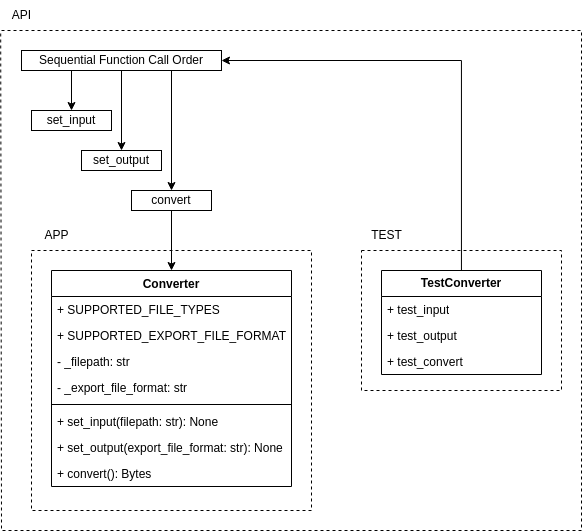
Before: _readme/Diagram-API_TEST.drawio.png, a diagram exported from draw.io (ames0k0/TP--Audio-File-Converter). Source tidied: cells renumbered, new cells last; positions are measured from the earlier drawing's top-left corner, leaving out a move shared by most shapes.
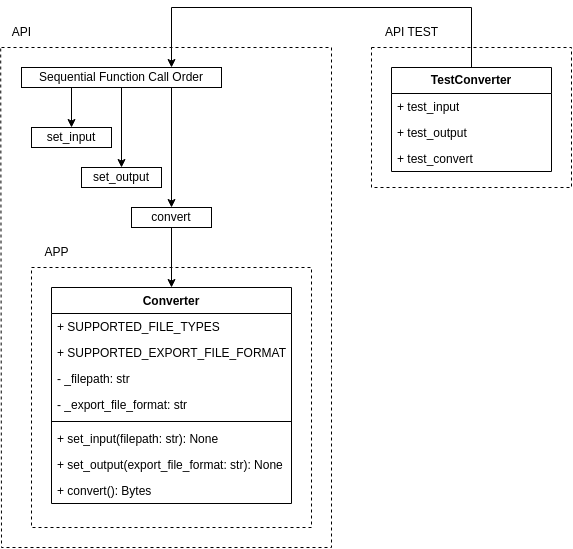
Later version of the same file.

What changed in the source:
```diff
@@ -6,9 +6,9 @@
       <mxGeometry relative="1" as="geometry">
         <mxPoint y="30" as="sourcePoint" />
         <Array as="points">
-          <mxPoint x="580" y="30" />
-          <mxPoint x="580" y="350" />
-          <mxPoint x="580" y="530" />
+          <mxPoint x="330" y="30" />
+          <mxPoint x="330" y="350" />
+          <mxPoint x="330" y="530" />
           <mxPoint x="280" y="530" />
           <mxPoint y="530" />
         </Array>
@@ -85,25 +85,26 @@
     </mxCell>
     <mxCell id="23" style="endArrow=none;dashed=1;html=1;rounded=0;" parent="1" edge="1">
       <mxGeometry relative="1" as="geometry">
-        <mxPoint x="360" y="250" as="sourcePoint" />
-        <mxPoint x="360" y="250" as="targetPoint" />
+        <mxPoint x="370" y="30" as="sourcePoint" />
+        <mxPoint x="370" y="30" as="targetPoint" />
         <Array as="points">
-          <mxPoint x="460" y="250" />
-          <mxPoint x="560" y="250" />
-          <mxPoint x="560" y="390" />
-          <mxPoint x="360" y="390" />
+          <mxPoint x="470" y="30" />
+          <mxPoint x="570" y="30" />
+          <mxPoint x="570" y="170" />
+          <mxPoint x="370" y="170" />
         </Array>
       </mxGeometry>
     </mxCell>
-    <mxCell id="24" style="edgeStyle=orthogonalEdgeStyle;rounded=0;jettySize=auto;html=1;" parent="1" edge="1" source="25" target="9">
+    <mxCell id="24" style="edgeStyle=orthogonalEdgeStyle;rounded=0;jettySize=auto;html=1;entryX=0.75;entryY=0;entryDx=0;entryDy=0;" parent="1" edge="1" source="25" target="9">
       <mxGeometry relative="1" as="geometry">
         <Array as="points">
-          <mxPoint x="460" y="60" />
+          <mxPoint x="470" y="-10" />
+          <mxPoint x="170" y="-10" />
         </Array>
       </mxGeometry>
     </mxCell>
     <mxCell id="25" value="&lt;b&gt;TestConverter&lt;/b&gt;" style="swimlane;fontStyle=0;horizontal=1;startSize=26;fillColor=none;whiteSpace=wrap;html=1;" parent="1" vertex="1">
-      <mxGeometry x="380" y="270" width="160" height="104" as="geometry" />
+      <mxGeometry x="390" y="50" width="160" height="104" as="geometry" />
     </mxCell>
     <mxCell id="26" value="+ test_input" style="text;strokeColor=none;fillColor=none;align=left;verticalAlign=top;spacingLeft=4;spacingRight=4;overflow=hidden;whiteSpace=wrap;html=1;" parent="25" vertex="1">
       <mxGeometry y="26" width="160" height="26" as="geometry" />
@@ -114,8 +115,8 @@
     <mxCell id="28" value="+ test_convert" style="text;strokeColor=none;fillColor=none;align=left;verticalAlign=top;spacingLeft=4;spacingRight=4;overflow=hidden;whiteSpace=wrap;html=1;" parent="25" vertex="1">
       <mxGeometry y="78" width="160" height="26" as="geometry" />
     </mxCell>
-    <mxCell id="29" value="TEST" style="text;html=1;align=center;verticalAlign=middle;strokeColor=none;fillColor=none;" parent="1" vertex="1">
-      <mxGeometry x="360" y="220" width="50" height="30" as="geometry" />
+    <mxCell id="29" value="API TEST" style="text;html=1;align=center;verticalAlign=middle;strokeColor=none;fillColor=none;" parent="1" vertex="1">
+      <mxGeometry x="370" width="80" height="30" as="geometry" />
     </mxCell>
   </root>
 </mxGraphModel>
```
